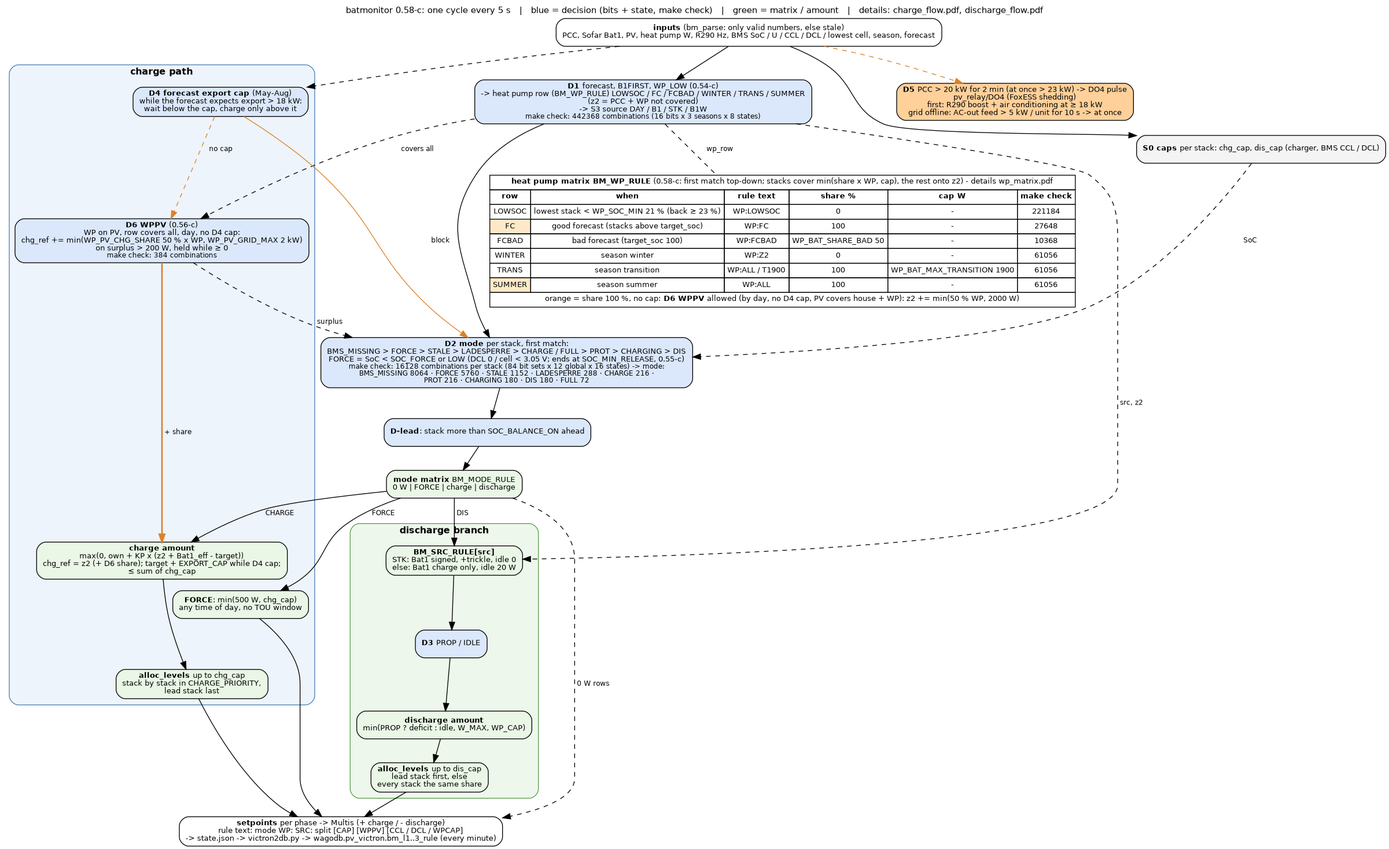
Before: docs/control_flow.png, a diagram exported from Graphviz (gerontec/victron). Its source is kept beside it as docs/control_flow.dot.
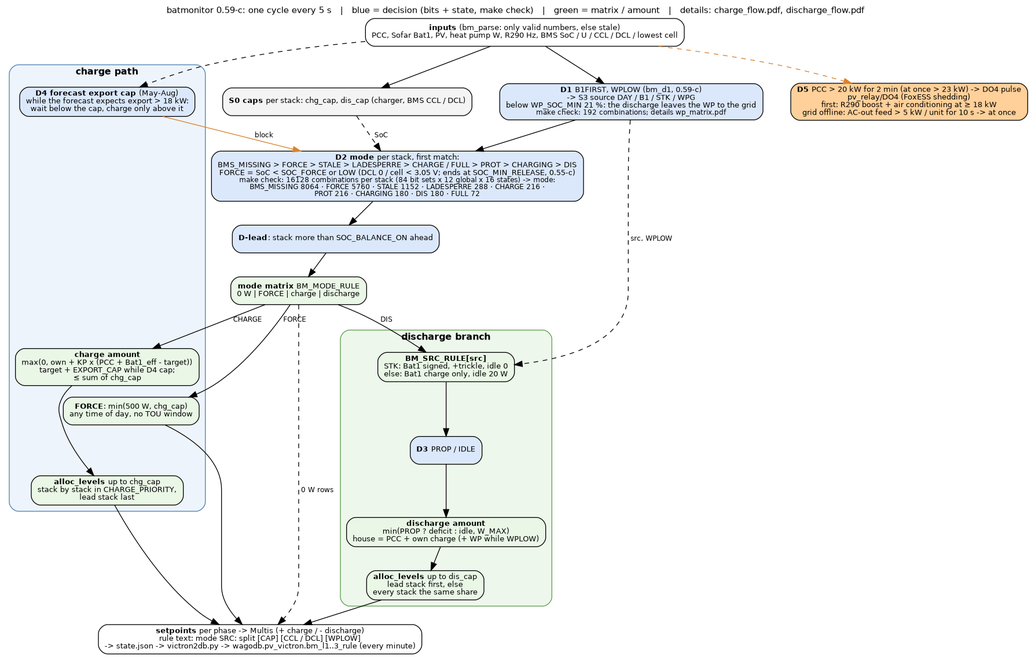
The same file after the commit.

What changed in the source:
```diff
@@ -1,24 +1,12 @@
 digraph control {
 	graph [rankdir=TB, fontname="Helvetica", fontsize=11, nodesep=0.5, ranksep=0.4, newrank=true,
-		   label="batmonitor 0.58-c: one cycle every 5 s   |   blue = decision (bits + state, make check)   |   green = matrix / amount   |   details: charge_flow.pdf, discharge_flow.pdf",
+		   label="batmonitor 0.59-c: one cycle every 5 s   |   blue = decision (bits + state, make check)   |   green = matrix / amount   |   details: charge_flow.pdf, discharge_flow.pdf",
 		   labelloc=t];
 	node [shape=box, style="rounded,filled", fillcolor="#f4f4f4", fontname="Helvetica", fontsize=10];
 	edge [fontname="Helvetica", fontsize=9];
 
-	in [label=<<b>inputs</b> (bm_parse: only valid numbers, else stale)<br/>PCC, Sofar Bat1, PV, heat pump W, R290 Hz, BMS SoC / U / CCL / DCL / lowest cell, season, forecast>, fillcolor="#ffffff"];
-	d1 [label=<<b>D1</b> forecast, B1FIRST, WP_LOW (0.54-c)<br/>-&gt; heat pump row (BM_WP_RULE) LOWSOC / FC / FCBAD / WINTER / TRANS / SUMMER<br/>(z2 = PCC + WP not covered)<br/>-&gt; S3 source DAY / B1 / STK / B1W<br/><font point-size="9">make check: 442368 combinations (16 bits x 3 seasons x 8 states)</font>>, fillcolor="#dbe8fb"];
-	wpm [shape=plain, label=<
-			<table border="0" cellborder="1" cellspacing="0" cellpadding="3" bgcolor="#ffffff">
-			<tr><td colspan="6"><b>heat pump matrix BM_WP_RULE</b> (0.58-c: first match top-down; stacks cover min(share x WP, cap), the rest onto z2) - details wp_matrix.pdf</td></tr>
-			<tr><td><b>row</b></td><td><b>when</b></td><td><b>rule text</b></td><td><b>share %</b></td><td><b>cap W</b></td><td><b>make check</b></td></tr>
-			<tr><td>LOWSOC</td><td>lowest stack &lt; WP_SOC_MIN 21 % (back &ge; 23 %)</td><td>WP:LOWSOC</td><td>0</td><td>-</td><td>221184</td></tr>
-			<tr><td bgcolor="#fde9c8">FC</td><td>good forecast (stacks above target_soc)</td><td>WP:FC</td><td>100</td><td>-</td><td>27648</td></tr>
-			<tr><td>FCBAD</td><td>bad forecast (target_soc 100)</td><td>WP:FCBAD</td><td>WP_BAT_SHARE_BAD 50</td><td>-</td><td>10368</td></tr>
-			<tr><td>WINTER</td><td>season winter</td><td>WP:Z2</td><td>0</td><td>-</td><td>61056</td></tr>
-			<tr><td>TRANS</td><td>season transition</td><td>WP:ALL / T1900</td><td>100</td><td>WP_BAT_MAX_TRANSITION 1900</td><td>61056</td></tr>
-			<tr><td bgcolor="#fde9c8">SUMMER</td><td>season summer</td><td>WP:ALL</td><td>100</td><td>-</td><td>61056</td></tr>
-			<tr><td colspan="6">orange = share 100 %, no cap: <b>D6 WPPV</b> allowed (by day, no D4 cap, PV covers house + WP): z2 += min(50 % WP, 2000 W)</td></tr>
-			</table>>];
+	in [label=<<b>inputs</b> (bm_parse: only valid numbers, else stale)<br/>PCC, Sofar Bat1, PV, heat pump W, R290 Hz, BMS SoC / U / CCL / DCL / lowest cell>, fillcolor="#ffffff"];
+	d1 [label=<<b>D1</b> B1FIRST, WPLOW (bm_d1, 0.59-c)<br/>-&gt; S3 source DAY / B1 / STK / WPG<br/>below WP_SOC_MIN 21 %: the discharge leaves the WP to the grid<br/><font point-size="9">make check: 192 combinations; details wp_matrix.pdf</font>>, fillcolor="#dbe8fb"];
 	gates [label=<<b>S0 caps</b> per stack: chg_cap, dis_cap (charger, BMS CCL / DCL)>];
 	d2 [label=<<b>D2 mode</b> per stack, first match:<br/>BMS_MISSING &gt; FORCE &gt; STALE &gt; LADESPERRE &gt; CHARGE / FULL &gt; PROT &gt; CHARGING &gt; DIS<br/>FORCE = SoC &lt; SOC_FORCE or LOW (DCL 0 / cell &lt; 3.05 V; ends at SOC_MIN_RELEASE, 0.55-c)<br/><font point-size="9">make check: 16128 combinations per stack (84 bit sets x 12 global x 16 states) -&gt; mode:<br/>BMS_MISSING 8064 · FORCE 5760 · STALE 1152 · LADESPERRE 288 · CHARGE 216 ·<br/>PROT 216 · CHARGING 180 · DIS 180 · FULL 72</font>>, fillcolor="#dbe8fb"];
 	lead [label=<<b>D-lead</b>: stack more than SOC_BALANCE_ON ahead>, fillcolor="#dbe8fb"];
@@ -27,9 +15,8 @@
 	subgraph cluster_charge {
 		label=<<b>charge path</b>>; style="rounded,filled"; fillcolor="#eef4fb"; color="#4a7fb5"; fontsize=12;
 		d4 [label=<<b>D4 forecast export cap</b> (May-Aug)<br/>while the forecast expects export &gt; 18 kW:<br/>wait below the cap, charge only above it>, fillcolor="#dbe8fb"];
-		d6 [label=<<b>D6 WPPV</b> (0.56-c)<br/>WP on PV, row covers all, day, no D4 cap:<br/>chg_ref += min(WP_PV_CHG_SHARE 50 % x WP, WP_PV_GRID_MAX 2 kW)<br/>on surplus &gt; 200 W, held while &ge; 0<br/><font point-size="9">make check: 384 combinations</font>>, fillcolor="#dbe8fb"];
 		cforce [label=<<b>FORCE</b>: min(500 W, chg_cap)<br/>any time of day, no TOU window>, fillcolor="#eaf6e6"];
-		camount [label=<<b>charge amount</b><br/>max(0, own + KP x (z2 + Bat1_eff - target))<br/>chg_ref = z2 (+ D6 share); target + EXPORT_CAP while D4 cap;<br/>&le; sum of chg_cap>, fillcolor="#eaf6e6"];
+		camount [label=<<b>charge amount</b><br/>max(0, own + KP x (PCC + Bat1_eff - target))<br/>target + EXPORT_CAP while D4 cap;<br/>&le; sum of chg_cap>, fillcolor="#eaf6e6"];
 		csplit [label=<<b>alloc_levels</b> up to chg_cap<br/>stack by stack in CHARGE_PRIORITY,<br/>lead stack last>, fillcolor="#eaf6e6"];
 		camount -> csplit;
 	}
@@ -38,20 +25,15 @@
 		label=<<b>discharge branch</b>>; style="rounded,filled"; fillcolor="#eef7ec"; color="#5a9e4b"; fontsize=12;
 		src [label=<<b>BM_SRC_RULE[src]</b><br/>STK: Bat1 signed, +trickle, idle 0<br/>else: Bat1 charge only, idle 20 W>, fillcolor="#eaf6e6"];
 		d3 [label=<<b>D3</b> PROP / IDLE>, fillcolor="#dbe8fb"];
-		damount [label=<<b>discharge amount</b><br/>min(PROP ? deficit : idle, W_MAX, WP_CAP)>, fillcolor="#eaf6e6"];
+		damount [label=<<b>discharge amount</b><br/>min(PROP ? deficit : idle, W_MAX)<br/>house = PCC + own charge (+ WP while WPLOW)>, fillcolor="#eaf6e6"];
 		dsplit [label=<<b>alloc_levels</b> up to dis_cap<br/>lead stack first, else<br/>every stack the same share>, fillcolor="#eaf6e6"];
 		src -> d3 -> damount -> dsplit;
 	}
 
 	d5 [label=<<b>D5</b> PCC &gt; 20 kW for 2 min (at once &gt; 23 kW) -&gt; DO4 pulse<br/>pv_relay/DO4 (FoxESS shedding)<br/>first: R290 boost + air conditioning at &ge; 18 kW<br/>grid offline: AC-out feed &gt; 5 kW / unit for 10 s -&gt; at once>, fillcolor="#ffd09a"];
-	out [label=<<b>setpoints</b> per phase -&gt; Multis (+ charge / - discharge)<br/>rule text: mode WP: SRC: split [CAP] [WPPV] [CCL / DCL / WPCAP]<br/>-&gt; state.json -&gt; victron2db.py -&gt; wagodb.pv_victron.bm_l1..3_rule (every minute)>, fillcolor="#ffffff"];
+	out [label=<<b>setpoints</b> per phase -&gt; Multis (+ charge / - discharge)<br/>rule text: mode SRC: split [CAP] [CCL / DCL] [WPLOW]<br/>-&gt; state.json -&gt; victron2db.py -&gt; wagodb.pv_victron.bm_l1..3_rule (every minute)>, fillcolor="#ffffff"];
 
 	in -> d1 -> d2;
-	d1 -> wpm [style=dashed, arrowhead=none, label=" wp_row"];
-	d1 -> d6 [style=dashed, label=" covers all"];
-	d4 -> d6 [style=dashed, color="#d9822b", label=" no cap"];
-	d6 -> camount [color="#d9822b", penwidth=2, label=" + share"];
-	d6 -> d2 [style=dashed, label=" surplus"];
 	in -> gates;
 	gates -> d2 [style=dashed, label=" SoC"];
 	d2 -> lead -> mode;
@@ -62,7 +44,7 @@
 	d4 -> d2 [color="#d9822b", label=" block"];
 	in -> d4 [style=dashed];
 	in -> d5 [style=dashed, color="#d9822b"];
-	d1 -> src [style=dashed, label=" src, z2"];
+	d1 -> src [style=dashed, label=" src, WPLOW"];
 	cforce -> out;
 	csplit -> out;
 	dsplit -> out;
```
